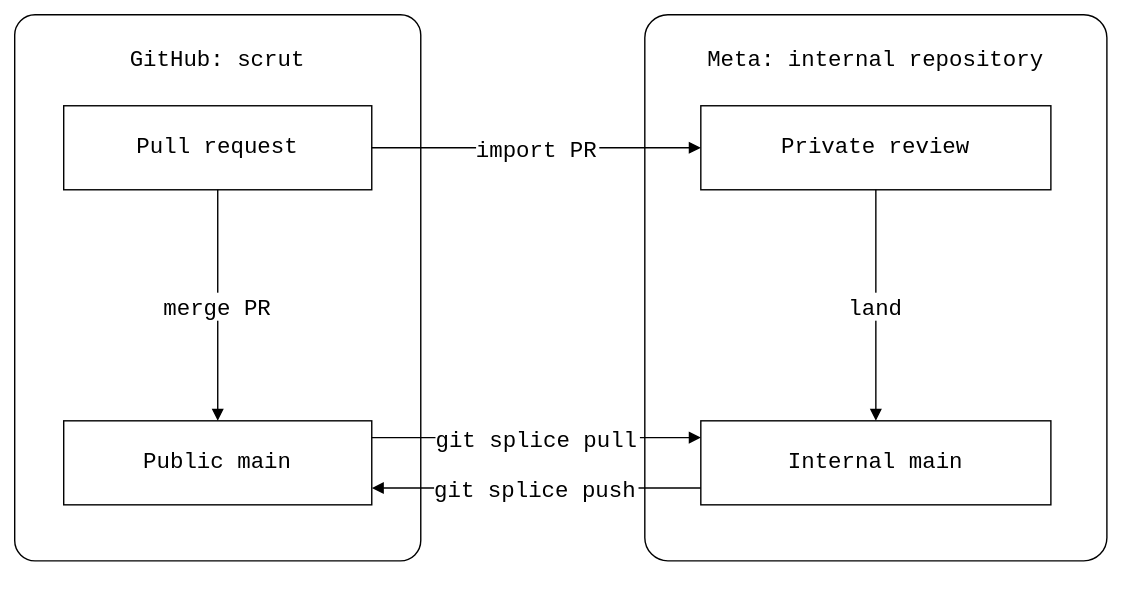
This is docs/05-comparisons/02-third-party/splice-contribution.drawio.svg from roschaefer/git-splice, a draw.io export, as it was before one commit. Source tidied: cells renumbered, new cells last; positions are measured from the earlier drawing's top-left corner, leaving out a move shared by most shapes. Its diagram source:
```xml
<mxGraphModel background="#ffffff">
  <root>
    <mxCell id="0" />
    <mxCell id="1" parent="0" />
    <mxCell id="2" value="GitHub: scrut" style="fontFamily=Roboto Mono,monospace;fontSize=16;rounded=1;arcSize=5;fillColor=none;strokeColor=#000000;verticalAlign=top;spacingTop=15;" parent="1" vertex="1">
      <mxGeometry width="290" height="390" as="geometry" />
    </mxCell>
    <mxCell id="3" value="Meta: internal repository" style="fontFamily=Roboto Mono,monospace;fontSize=16;rounded=1;arcSize=5;fillColor=none;strokeColor=#000000;verticalAlign=top;spacingTop=15;" parent="1" vertex="1">
      <mxGeometry x="450" width="330" height="390" as="geometry" />
    </mxCell>
    <mxCell id="4" value="Pull request" style="fontFamily=Roboto Mono,monospace;fontSize=16;rounded=0;whiteSpace=wrap;html=0;fillColor=#ffffff;strokeColor=#000000;" parent="1" vertex="1">
      <mxGeometry x="35" y="65" width="220" height="60" as="geometry" />
    </mxCell>
    <mxCell id="5" value="Private review" style="fontFamily=Roboto Mono,monospace;fontSize=16;rounded=0;whiteSpace=wrap;html=0;fillColor=#ffffff;strokeColor=#000000;" parent="1" vertex="1">
      <mxGeometry x="490" y="65" width="250" height="60" as="geometry" />
    </mxCell>
    <mxCell id="6" value="Internal main" style="fontFamily=Roboto Mono,monospace;fontSize=16;rounded=0;whiteSpace=wrap;html=0;fillColor=#ffffff;strokeColor=#000000;" parent="1" vertex="1">
      <mxGeometry x="490" y="290" width="250" height="60" as="geometry" />
    </mxCell>
    <mxCell id="7" value="Public main" style="fontFamily=Roboto Mono,monospace;fontSize=16;rounded=0;whiteSpace=wrap;html=0;fillColor=#ffffff;strokeColor=#000000;" parent="1" vertex="1">
      <mxGeometry x="35" y="290" width="220" height="60" as="geometry" />
    </mxCell>
    <mxCell id="8" style="fontFamily=Roboto Mono,monospace;fontSize=16;text;html=0;align=center;verticalAlign=middle;whiteSpace=wrap;strokeColor=none;fillColor=none;fontSize=14;" parent="1" vertex="1">
      <mxGeometry x="35" y="147" width="220" height="50" as="geometry" />
    </mxCell>
    <mxCell id="9" value="import PR" style="fontFamily=Roboto Mono,monospace;fontSize=16;edgeStyle=orthogonalEdgeStyle;rounded=0;html=0;endArrow=block;endFill=1;strokeColor=#000000;labelBackgroundColor=#ffffff;" parent="1" edge="1" source="4" target="5">
      <mxGeometry relative="1" as="geometry" />
    </mxCell>
    <mxCell id="10" value="land" style="fontFamily=Roboto Mono,monospace;fontSize=16;edgeStyle=orthogonalEdgeStyle;rounded=0;html=0;endArrow=block;endFill=1;strokeColor=#000000;labelBackgroundColor=#ffffff;" parent="1" edge="1" source="5" target="6">
      <mxGeometry relative="1" as="geometry" />
    </mxCell>
    <mxCell id="11" value="git splice push" style="fontFamily=Roboto Mono,monospace;fontSize=16;edgeStyle=orthogonalEdgeStyle;rounded=0;html=0;endArrow=block;endFill=1;strokeColor=#000000;labelBackgroundColor=#ffffff;exitX=0;exitY=0.8;entryX=1;entryY=0.8;" parent="1" edge="1" source="6" target="7">
      <mxGeometry relative="1" as="geometry" />
    </mxCell>
    <mxCell id="12" value="merge PR" style="fontFamily=Roboto Mono,monospace;fontSize=16;edgeStyle=orthogonalEdgeStyle;rounded=0;html=0;endArrow=block;endFill=1;strokeColor=#000000;labelBackgroundColor=#ffffff;" parent="1" edge="1" source="4" target="7">
      <mxGeometry relative="1" as="geometry" />
    </mxCell>
    <mxCell id="13" value="git splice pull" style="fontFamily=Roboto Mono,monospace;fontSize=16;edgeStyle=orthogonalEdgeStyle;rounded=0;html=0;endArrow=block;endFill=1;strokeColor=#000000;labelBackgroundColor=#ffffff;exitX=1;exitY=0.2;entryX=0;entryY=0.2;" parent="1" edge="1" source="7" target="6">
      <mxGeometry relative="1" as="geometry" />
    </mxCell>
  </root>
</mxGraphModel>
```
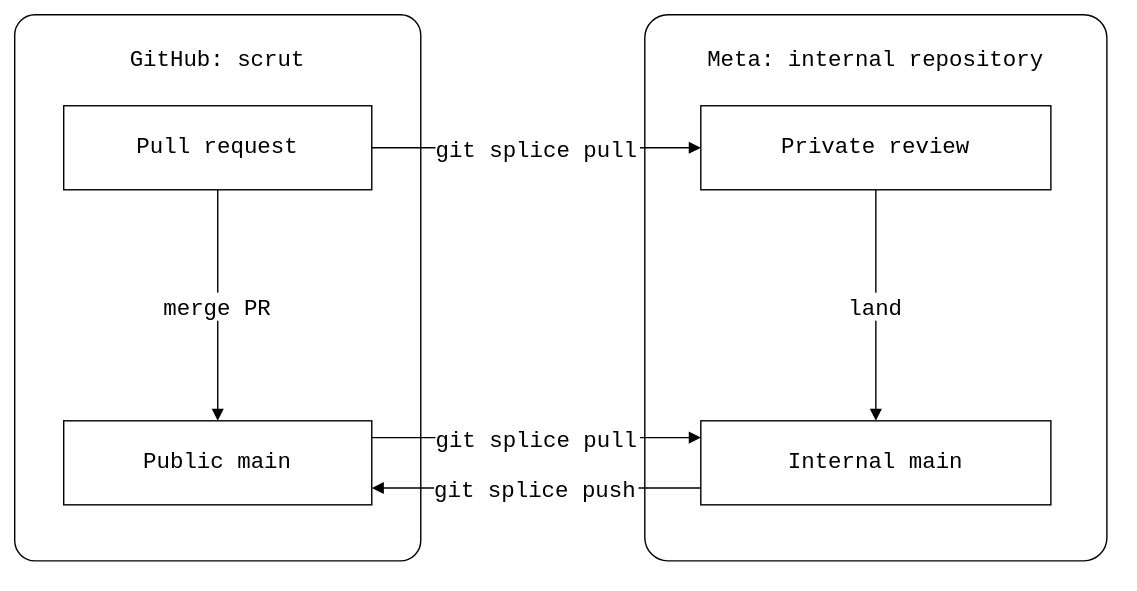
After the change.

Commit message:
docs(comparisons): name the command that imports a PR

Both routes into the monorepo use git splice pull; matching labels make that equivalence explicit.

Diff of the diagram source:
```diff
@@ -23,7 +23,7 @@
     <mxCell id="8" style="fontFamily=Roboto Mono,monospace;fontSize=16;text;html=0;align=center;verticalAlign=middle;whiteSpace=wrap;strokeColor=none;fillColor=none;fontSize=14;" parent="1" vertex="1">
       <mxGeometry x="35" y="147" width="220" height="50" as="geometry" />
     </mxCell>
-    <mxCell id="9" value="import PR" style="fontFamily=Roboto Mono,monospace;fontSize=16;edgeStyle=orthogonalEdgeStyle;rounded=0;html=0;endArrow=block;endFill=1;strokeColor=#000000;labelBackgroundColor=#ffffff;" parent="1" edge="1" source="4" target="5">
+    <mxCell id="9" value="git splice pull" style="fontFamily=Roboto Mono,monospace;fontSize=16;edgeStyle=orthogonalEdgeStyle;rounded=0;html=0;endArrow=block;endFill=1;strokeColor=#000000;labelBackgroundColor=#ffffff;" parent="1" edge="1" source="4" target="5">
       <mxGeometry relative="1" as="geometry" />
     </mxCell>
     <mxCell id="10" value="land" style="fontFamily=Roboto Mono,monospace;fontSize=16;edgeStyle=orthogonalEdgeStyle;rounded=0;html=0;endArrow=block;endFill=1;strokeColor=#000000;labelBackgroundColor=#ffffff;" parent="1" edge="1" source="5" target="6">
```
